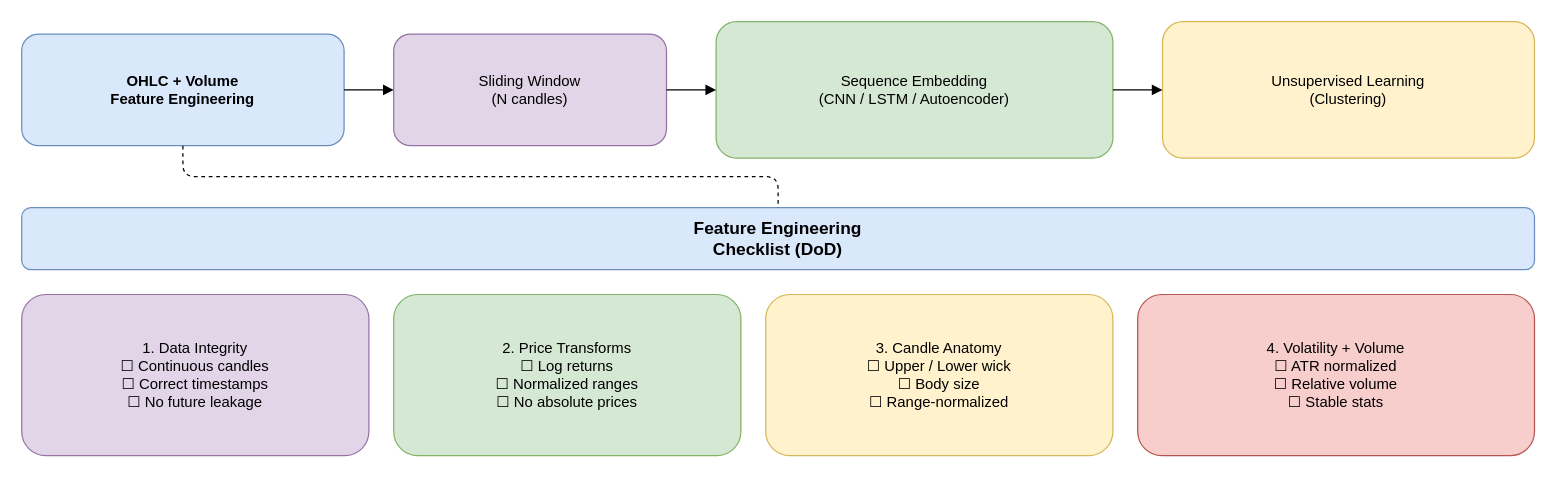
Above: market_ml_pipeline.drawio in BabelWebDeveloper/handson-ml3 (draw.io), before the change. Source tidied: cells renumbered, new cells numbered last; positions are measured from the earlier drawing's top-left corner, leaving out a move shared by most shapes. Both pictures are drawn from the tidied source at 124%, with x=0, y=0 at pixel (21, 21).
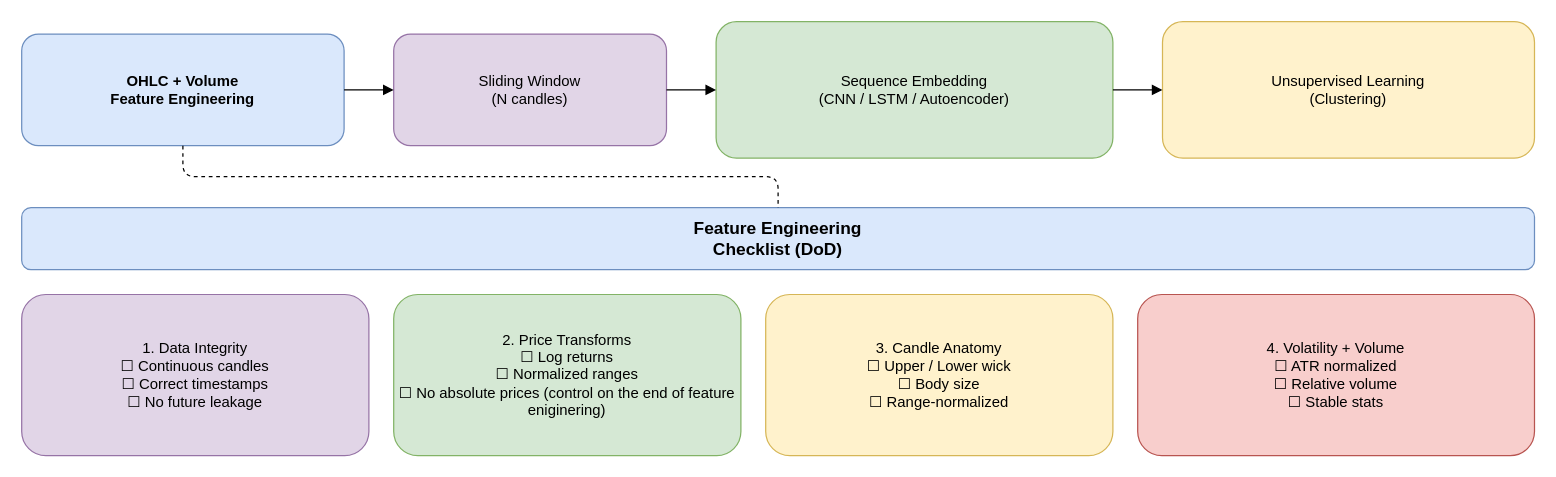
Above is the later version.

Commit message (it also covers changes not shown here):
Save pierwszy_projekt + drawio + pobrane dane

What changed in the source:
```diff
@@
 <mxGraphModel>
   <root>
     <mxCell id="0" />
     <mxCell id="1" parent="0" />
     <mxCell id="2" value="OHLC + Volume&#10;Feature Engineering" style="rounded=1;whiteSpace=wrap;html=1;fillColor=#dae8fc;strokeColor=#6c8ebf;fontStyle=1;" parent="1" vertex="1">
       <mxGeometry y="10" width="260" height="90" as="geometry" />
     </mxCell>
     <mxCell id="3" value="Sliding Window&#10;(N candles)" style="rounded=1;whiteSpace=wrap;html=1;fillColor=#e1d5e7;strokeColor=#9673a6;" parent="1" vertex="1">
       <mxGeometry x="300" y="10" width="220" height="90" as="geometry" />
     </mxCell>
     <mxCell id="4" value="Sequence Embedding&#10;(CNN / LSTM / Autoencoder)" style="rounded=1;whiteSpace=wrap;html=1;fillColor=#d5e8d4;strokeColor=#82b366;" parent="1" vertex="1">
       <mxGeometry x="560" width="320" height="110" as="geometry" />
     </mxCell>
     <mxCell id="5" value="Unsupervised Learning&#10;(Clustering)" style="rounded=1;whiteSpace=wrap;html=1;fillColor=#fff2cc;strokeColor=#d6b656;" parent="1" vertex="1">
       <mxGeometry x="920" width="300" height="110" as="geometry" />
     </mxCell>
     <mxCell id="6" style="edgeStyle=orthogonalEdgeStyle;endArrow=block;html=1;" parent="1" edge="1" source="2" target="3">
       <mxGeometry relative="1" as="geometry" />
     </mxCell>
     <mxCell id="7" style="edgeStyle=orthogonalEdgeStyle;endArrow=block;html=1;" parent="1" edge="1" source="3" target="4">
       <mxGeometry relative="1" as="geometry" />
     </mxCell>
     <mxCell id="8" style="edgeStyle=orthogonalEdgeStyle;endArrow=block;html=1;" parent="1" edge="1" source="4" target="5">
       <mxGeometry relative="1" as="geometry" />
     </mxCell>
     <mxCell id="9" value="Feature Engineering&#10;Checklist (DoD)" style="rounded=1;whiteSpace=wrap;html=1;fillColor=#dae8fc;strokeColor=#6c8ebf;fontSize=14;fontStyle=1;" parent="1" vertex="1">
       <mxGeometry y="150" width="1220" height="50" as="geometry" />
     </mxCell>
     <mxCell id="10" value="1. Data Integrity&#10;☐ Continuous candles&#10;☐ Correct timestamps&#10;☐ No future leakage" style="rounded=1;whiteSpace=wrap;html=1;fillColor=#e1d5e7;strokeColor=#9673a6;" parent="1" vertex="1">
       <mxGeometry y="220" width="280" height="130" as="geometry" />
     </mxCell>
-    <mxCell id="11" value="2. Price Transforms&#10;☐ Log returns&#10;☐ Normalized ranges&#10;☐ No absolute prices" style="rounded=1;whiteSpace=wrap;html=1;fillColor=#d5e8d4;strokeColor=#82b366;" parent="1" vertex="1">
+    <mxCell id="11" value="2. Price Transforms&lt;br&gt;☐ Log returns&lt;br&gt;☐ Normalized ranges&lt;br&gt;☐ No absolute prices (control on the end of feature eniginering)" style="rounded=1;whiteSpace=wrap;html=1;fillColor=#d5e8d4;strokeColor=#82b366;" parent="1" vertex="1">
       <mxGeometry x="300" y="220" width="280" height="130" as="geometry" />
     </mxCell>
     <mxCell id="12" value="3. Candle Anatomy&#10;☐ Upper / Lower wick&#10;☐ Body size&#10;☐ Range-normalized" style="rounded=1;whiteSpace=wrap;html=1;fillColor=#fff2cc;strokeColor=#d6b656;" parent="1" vertex="1">
       <mxGeometry x="600" y="220" width="280" height="130" as="geometry" />
     </mxCell>
     <mxCell id="13" value="4. Volatility + Volume&#10;☐ ATR normalized&#10;☐ Relative volume&#10;☐ Stable stats" style="rounded=1;whiteSpace=wrap;html=1;fillColor=#f8cecc;strokeColor=#b85450;" parent="1" vertex="1">
       <mxGeometry x="900" y="220" width="320" height="130" as="geometry" />
     </mxCell>
     <mxCell id="14" style="edgeStyle=orthogonalEdgeStyle;dashed=1;endArrow=none;html=1;" parent="1" edge="1" source="2" target="9">
       <mxGeometry relative="1" as="geometry" />
     </mxCell>
   </root>
 </mxGraphModel>
```
